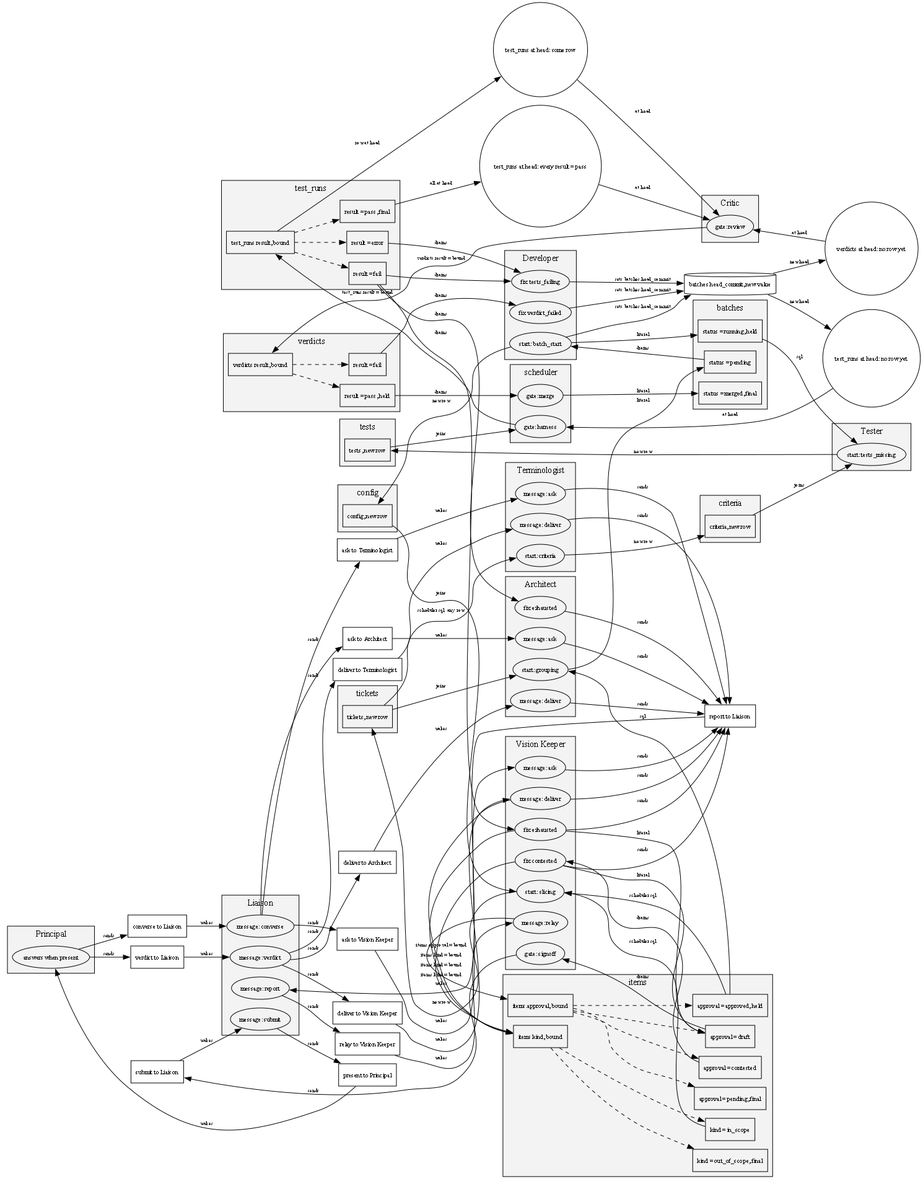
Balibaloo/rota-code keeps this Mermaid diagram as probes/flowchart/path.png. Above is the earlier version. Its source is kept beside it as probes/flowchart/path.mmd.
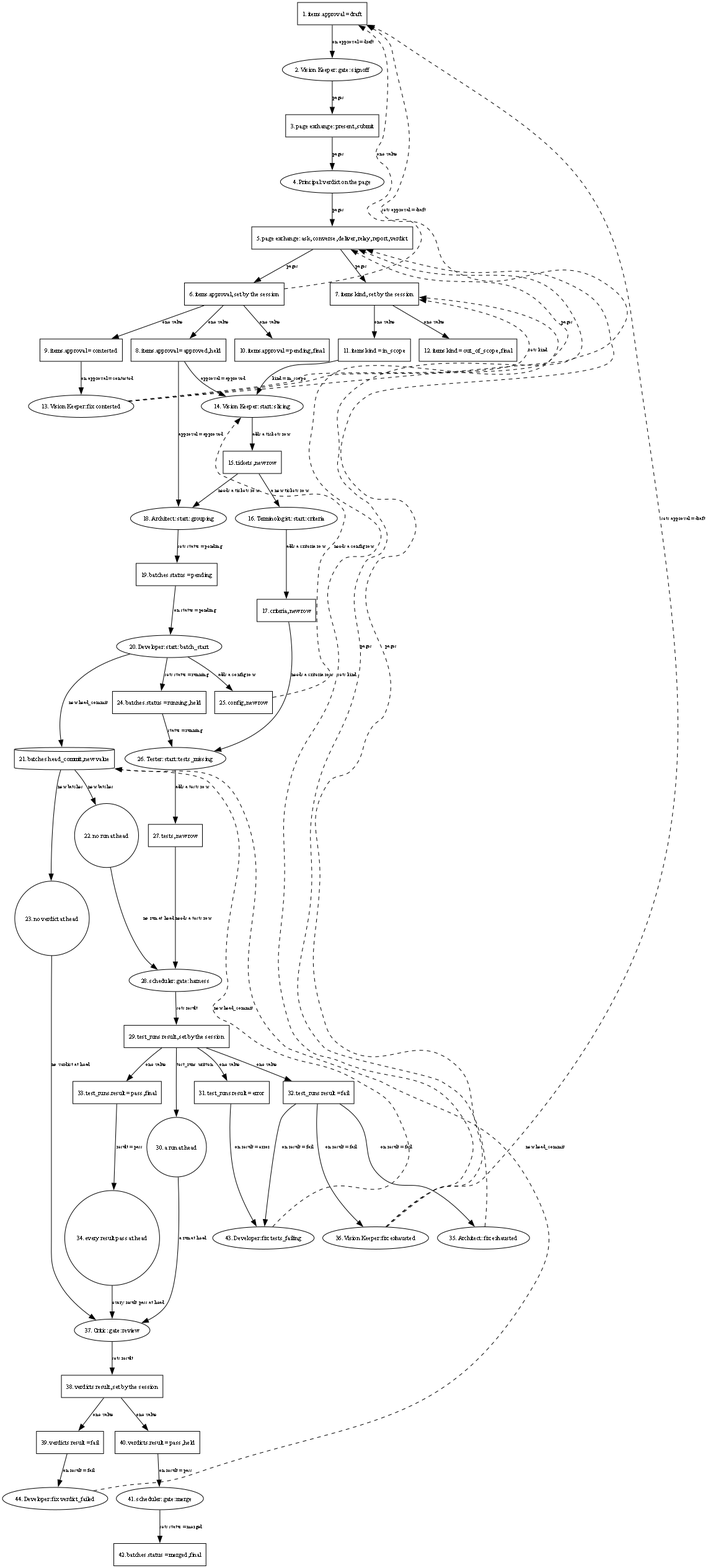
After the commit.

Commit message:
feat(probes): frame 314 probe 5, the path chart as 44 numbered steps top to bottom

Diff of the diagram source:
```diff
@@ -1,187 +1,106 @@
-flowchart LR
-  subgraph lane_architect["Architect"]
-    t_grouping_architect(["start: grouping"])
-    t_exhausted_architect(["fix: exhausted"])
-    m_architect_ask(["message: ask"])
-    m_architect_deliver(["message: deliver"])
-  end
-  subgraph lane_critic["Critic"]
-    t_review_critic(["gate: review"])
-  end
-  subgraph lane_developer["Developer"]
-    t_batch_start_developer(["start: batch_start"])
-    t_tests_failing_developer(["fix: tests_failing"])
-    t_verdict_failed_developer(["fix: verdict_failed"])
-  end
-  subgraph lane_liaison["Liaison"]
-    m_liaison_converse(["message: converse"])
-    m_liaison_report(["message: report"])
-    m_liaison_submit(["message: submit"])
-    m_liaison_verdict(["message: verdict"])
-  end
-  subgraph lane_principal["Principal"]
-    m_principal(["answers when present"])
-  end
-  subgraph lane_scheduler["scheduler"]
-    t_harness_scheduler(["gate: harness"])
-    t_merge_scheduler(["gate: merge"])
-  end
-  subgraph lane_terminologist["Terminologist"]
-    t_criteria_terminologist(["start: criteria"])
-    m_terminologist_ask(["message: ask"])
-    m_terminologist_deliver(["message: deliver"])
-  end
-  subgraph lane_tester["Tester"]
-    t_tests_missing_tester(["start: tests_missing"])
-  end
-  subgraph lane_vision_keeper["Vision Keeper"]
-    t_contested_vision_keeper(["fix: contested"])
-    t_signoff_vision_keeper(["gate: signoff"])
-    t_slicing_vision_keeper(["start: slicing"])
-    t_exhausted_vision_keeper(["fix: exhausted"])
-    m_vision_keeper_ask(["message: ask"])
-    m_vision_keeper_deliver(["message: deliver"])
-    m_vision_keeper_relay(["message: relay"])
-  end
-  msg_ask_architect[["ask to Architect"]]
-  msg_ask_terminologist[["ask to Terminologist"]]
-  msg_ask_vision_keeper[["ask to Vision Keeper"]]
-  msg_converse_liaison[["converse to Liaison"]]
-  msg_deliver_architect[["deliver to Architect"]]
-  msg_deliver_terminologist[["deliver to Terminologist"]]
-  msg_deliver_vision_keeper[["deliver to Vision Keeper"]]
-  msg_present_principal[["present to Principal"]]
-  msg_relay_vision_keeper[["relay to Vision Keeper"]]
-  msg_report_liaison[["report to Liaison"]]
-  msg_submit_liaison[["submit to Liaison"]]
-  msg_verdict_liaison[["verdict to Liaison"]]
-  subgraph tbl_batches["batches"]
-    s_batches_status_merged["status = merged, final"]
-    s_batches_status_pending["status = pending"]
-    s_batches_status_running["status = running, held"]
-  end
-  subgraph tbl_config["config"]
-    s_config____["config, new row"]
-  end
-  subgraph tbl_criteria["criteria"]
-    s_criteria____["criteria, new row"]
-  end
-  subgraph tbl_items["items"]
-    c_items_approval["items.approval, bound"]
-    c_items_kind["items.kind, bound"]
-    s_items_approval_approved["approval = approved, held"]
-    s_items_approval_contested["approval = contested"]
-    s_items_approval_draft["approval = draft"]
-    s_items_approval_pending["approval = pending, final"]
-    s_items_kind_in_scope["kind = in_scope"]
-    s_items_kind_out_of_scope["kind = out_of_scope, final"]
-  end
-  subgraph tbl_test_runs["test_runs"]
-    c_test_runs_result["test_runs.result, bound"]
-    s_test_runs_result_error["result = error"]
-    s_test_runs_result_fail["result = fail"]
-    s_test_runs_result_pass["result = pass, final"]
-  end
-  subgraph tbl_tests["tests"]
-    s_tests____["tests, new row"]
-  end
-  subgraph tbl_tickets["tickets"]
-    s_tickets____["tickets, new row"]
-  end
-  subgraph tbl_verdicts["verdicts"]
-    c_verdicts_result["verdicts.result, bound"]
-    s_verdicts_result_fail["result = fail"]
-    s_verdicts_result_pass["result = pass, held"]
-  end
-  c_items_approval -.-> s_items_approval_approved
-  c_items_approval -.-> s_items_approval_contested
-  c_items_approval -.-> s_items_approval_draft
-  c_items_approval -.-> s_items_approval_pending
-  c_items_kind -.-> s_items_kind_in_scope
-  c_items_kind -.-> s_items_kind_out_of_scope
-  c_test_runs_result -.-> s_test_runs_result_error
-  c_test_runs_result -.-> s_test_runs_result_fail
-  c_test_runs_result -.-> s_test_runs_result_pass
-  c_verdicts_result -.-> s_verdicts_result_fail
-  c_verdicts_result -.-> s_verdicts_result_pass
-  q_all_test_runs_result_pass(("test_runs at head: every result = pass"))
-  q_exists_test_runs__(("test_runs at head: some row"))
-  q_none_test_runs__(("test_runs at head: no row yet"))
-  q_none_verdicts__(("verdicts at head: no row yet"))
-  h_batches_head_commit[("batches.head_commit, new value")]
-  c_test_runs_result -->|"row at head"| q_exists_test_runs__
-  h_batches_head_commit -->|"new head"| q_none_test_runs__
-  h_batches_head_commit -->|"new head"| q_none_verdicts__
-  m_architect_ask -->|"sends"| msg_report_liaison
-  m_architect_deliver -->|"sends"| msg_report_liaison
-  m_liaison_converse -->|"sends"| msg_ask_architect
-  m_liaison_converse -->|"sends"| msg_ask_terminologist
-  m_liaison_converse -->|"sends"| msg_ask_vision_keeper
-  m_liaison_report -->|"sends"| msg_relay_vision_keeper
-  m_liaison_submit -->|"sends"| msg_present_principal
-  m_liaison_verdict -->|"sends"| msg_deliver_architect
-  m_liaison_verdict -->|"sends"| msg_deliver_terminologist
-  m_liaison_verdict -->|"sends"| msg_deliver_vision_keeper
-  m_principal -->|"sends"| msg_converse_liaison
-  m_principal -->|"sends"| msg_verdict_liaison
-  m_terminologist_ask -->|"sends"| msg_report_liaison
-  m_terminologist_deliver -->|"sends"| msg_report_liaison
-  m_vision_keeper_ask -->|"sends"| msg_report_liaison
-  m_vision_keeper_deliver ==>|"items.kind = bound"| c_items_kind
-  m_vision_keeper_deliver -->|"sends"| msg_report_liaison
-  m_vision_keeper_relay ==>|"items.approval = bound"| c_items_approval
-  msg_ask_architect -->|"wakes"| m_architect_ask
-  msg_ask_terminologist -->|"wakes"| m_terminologist_ask
-  msg_ask_vision_keeper -->|"wakes"| m_vision_keeper_ask
-  msg_converse_liaison -->|"wakes"| m_liaison_converse
-  msg_deliver_architect -->|"wakes"| m_architect_deliver
-  msg_deliver_terminologist -->|"wakes"| m_terminologist_deliver
-  msg_deliver_vision_keeper -->|"wakes"| m_vision_keeper_deliver
-  msg_present_principal -->|"wakes"| m_principal
-  msg_relay_vision_keeper -->|"wakes"| m_vision_keeper_relay
-  msg_report_liaison -->|"wakes"| m_liaison_report
-  msg_submit_liaison -->|"wakes"| m_liaison_submit
-  msg_verdict_liaison -->|"wakes"| m_liaison_verdict
-  q_all_test_runs_result_pass -->|"at head"| t_review_critic
-  q_exists_test_runs__ -->|"at head"| t_review_critic
-  q_none_test_runs__ -->|"at head"| t_harness_scheduler
-  q_none_verdicts__ -->|"at head"| t_review_critic
-  s_batches_status_pending -->|"drains"| t_batch_start_developer
-  s_batches_status_running -->|"sql"| t_tests_missing_tester
-  s_config____ -->|"joins"| t_slicing_vision_keeper
-  s_criteria____ -->|"joins"| t_tests_missing_tester
-  s_items_approval_approved -->|"sql"| t_grouping_architect
-  s_items_approval_approved -->|"scheduler sql"| t_slicing_vision_keeper
-  s_items_approval_contested -->|"drains"| t_contested_vision_keeper
-  s_items_approval_draft -->|"drains"| t_signoff_vision_keeper
-  s_items_kind_in_scope -->|"scheduler sql"| t_slicing_vision_keeper
-  s_test_runs_result_error -->|"drains"| t_tests_failing_developer
-  s_test_runs_result_fail -->|"drains"| t_exhausted_architect
-  s_test_runs_result_fail -->|"drains"| t_exhausted_vision_keeper
-  s_test_runs_result_fail -->|"drains"| t_tests_failing_developer
-  s_test_runs_result_pass -->|"all at head"| q_all_test_runs_result_pass
-  s_tests____ -->|"joins"| t_harness_scheduler
-  s_tickets____ -->|"scheduler sql, any row"| t_criteria_terminologist
-  s_tickets____ -->|"joins"| t_grouping_architect
-  s_verdicts_result_fail -->|"drains"| t_verdict_failed_developer
-  s_verdicts_result_pass -->|"drains"| t_merge_scheduler
-  t_batch_start_developer ==>|"sets batches.head_commit"| h_batches_head_commit
-  t_batch_start_developer ==>|"literal"| s_batches_status_running
-  t_batch_start_developer ==>|"new row"| s_config____
-  t_contested_vision_keeper ==>|"items.kind = bound"| c_items_kind
-  t_contested_vision_keeper -->|"sends"| msg_report_liaison
-  t_contested_vision_keeper ==>|"literal"| s_items_approval_draft
-  t_criteria_terminologist ==>|"new row"| s_criteria____
-  t_exhausted_architect -->|"sends"| msg_report_liaison
-  t_exhausted_vision_keeper ==>|"items.kind = bound"| c_items_kind
-  t_exhausted_vision_keeper -->|"sends"| msg_report_liaison
-  t_exhausted_vision_keeper ==>|"literal"| s_items_approval_draft
-  t_grouping_architect ==>|"literal"| s_batches_status_pending
-  t_harness_scheduler ==>|"test_runs.result = bound"| c_test_runs_result
-  t_merge_scheduler ==>|"literal"| s_batches_status_merged
-  t_review_critic ==>|"verdicts.result = bound"| c_verdicts_result
-  t_signoff_vision_keeper -->|"sends"| msg_submit_liaison
-  t_slicing_vision_keeper ==>|"new row"| s_tickets____
-  t_tests_failing_developer ==>|"sets batches.head_commit"| h_batches_head_commit
-  t_tests_missing_tester ==>|"new row"| s_tests____
-  t_verdict_failed_developer ==>|"sets batches.head_commit"| h_batches_head_commit
+flowchart TB
+  s_items_approval_draft["1. items.approval = draft"]
+  t_signoff_vision_keeper(["2. Vision Keeper: gate: signoff"])
+  x_m_liaison_submit[["3. page exchange: present, submit"]]
+  m_principal(["4. Principal: verdict on the page"])
+  x_m_architect_ask[["5. page exchange: ask, converse, deliver, relay, report, verdict"]]
+  c_items_approval["6. items.approval, set by the session"]
+  c_items_kind["7. items.kind, set by the session"]
+  s_items_approval_approved["8. items.approval = approved, held"]
+  s_items_approval_contested["9. items.approval = contested"]
+  s_items_approval_pending["10. items.approval = pending, final"]
+  s_items_kind_in_scope["11. items.kind = in_scope"]
+  s_items_kind_out_of_scope["12. items.kind = out_of_scope, final"]
+  t_contested_vision_keeper(["13. Vision Keeper: fix: contested"])
+  t_slicing_vision_keeper(["14. Vision Keeper: start: slicing"])
+  s_tickets____["15. tickets, new row"]
+  t_criteria_terminologist(["16. Terminologist: start: criteria"])
+  s_criteria____["17. criteria, new row"]
+  t_grouping_architect(["18. Architect: start: grouping"])
+  s_batches_status_pending["19. batches.status = pending"]
+  t_batch_start_developer(["20. Developer: start: batch_start"])
+  h_batches_head_commit[("21. batches.head_commit, new value")]
+  q_none_test_runs__(("22. no run at head"))
+  q_none_verdicts__(("23. no verdict at head"))
+  s_batches_status_running["24. batches.status = running, held"]
+  s_config____["25. config, new row"]
+  t_tests_missing_tester(["26. Tester: start: tests_missing"])
+  s_tests____["27. tests, new row"]
+  t_harness_scheduler(["28. scheduler: gate: harness"])
+  c_test_runs_result["29. test_runs.result, set by the session"]
+  q_exists_test_runs__(("30. a run at head"))
+  s_test_runs_result_error["31. test_runs.result = error"]
+  s_test_runs_result_fail["32. test_runs.result = fail"]
+  s_test_runs_result_pass["33. test_runs.result = pass, final"]
+  q_all_test_runs_result_pass(("34. every result pass at head"))
+  t_exhausted_architect(["35. Architect: fix: exhausted"])
+  t_exhausted_vision_keeper(["36. Vision Keeper: fix: exhausted"])
+  t_review_critic(["37. Critic: gate: review"])
+  c_verdicts_result["38. verdicts.result, set by the session"]
+  s_verdicts_result_fail["39. verdicts.result = fail"]
+  s_verdicts_result_pass["40. verdicts.result = pass, held"]
+  t_merge_scheduler(["41. scheduler: gate: merge"])
+  s_batches_status_merged["42. batches.status = merged, final"]
+  t_tests_failing_developer(["43. Developer: fix: tests_failing"])
+  t_verdict_failed_developer(["44. Developer: fix: verdict_failed"])
+  s_items_approval_draft -->|"on approval = draft"| t_signoff_vision_keeper
+  t_signoff_vision_keeper -->|"pages"| x_m_liaison_submit
+  x_m_liaison_submit -->|"pages"| m_principal
+  m_principal -->|"pages"| x_m_architect_ask
+  x_m_architect_ask -->|"pages"| c_items_approval
+  x_m_architect_ask -->|"pages"| c_items_kind
+  c_items_approval -.->|"one value"| s_items_approval_draft
+  c_items_approval -->|"one value"| s_items_approval_approved
+  c_items_approval -->|"one value"| s_items_approval_contested
+  c_items_approval -->|"one value"| s_items_approval_pending
+  c_items_kind -->|"one value"| s_items_kind_in_scope
+  c_items_kind -->|"one value"| s_items_kind_out_of_scope
+  s_items_approval_approved -->|"approval = approved"| t_slicing_vision_keeper
+  s_items_approval_approved -->|"approval = approved"| t_grouping_architect
+  s_items_approval_contested -->|"on approval = contested"| t_contested_vision_keeper
+  s_items_kind_in_scope -->|"kind = in_scope"| t_slicing_vision_keeper
+  t_contested_vision_keeper -.->|"sets approval = draft"| s_items_approval_draft
+  t_contested_vision_keeper -.->|"pages"| x_m_architect_ask
+  t_contested_vision_keeper -.->|"sets kind"| c_items_kind
+  t_slicing_vision_keeper ==>|"adds a tickets row"| s_tickets____
+  s_tickets____ -->|"a new tickets row"| t_criteria_terminologist
+  s_tickets____ -->|"needs a tickets row"| t_grouping_architect
+  t_criteria_terminologist ==>|"adds a criteria row"| s_criteria____
+  s_criteria____ -->|"needs a criteria row"| t_tests_missing_tester
+  t_grouping_architect ==>|"sets status = pending"| s_batches_status_pending
+  s_batches_status_pending -->|"on status = pending"| t_batch_start_developer
+  t_batch_start_developer ==>|"new head_commit"| h_batches_head_commit
+  t_batch_start_developer ==>|"sets status = running"| s_batches_status_running
+  t_batch_start_developer ==>|"adds a config row"| s_config____
+  h_batches_head_commit -->|"new batches"| q_none_test_runs__
+  h_batches_head_commit -->|"new batches"| q_none_verdicts__
+  q_none_test_runs__ -->|"no run at head"| t_harness_scheduler
+  q_none_verdicts__ -->|"no verdict at head"| t_review_critic
+  s_batches_status_running -->|"status = running"| t_tests_missing_tester
+  s_config____ -.->|"needs a config row"| t_slicing_vision_keeper
+  t_tests_missing_tester ==>|"adds a tests row"| s_tests____
+  s_tests____ -->|"needs a tests row"| t_harness_scheduler
+  t_harness_scheduler ==>|"sets result"| c_test_runs_result
+  c_test_runs_result -->|"test_runs written"| q_exists_test_runs__
+  c_test_runs_result -->|"one value"| s_test_runs_result_error
+  c_test_runs_result -->|"one value"| s_test_runs_result_fail
+  c_test_runs_result -->|"one value"| s_test_runs_result_pass
+  q_exists_test_runs__ -->|"a run at head"| t_review_critic
+  s_test_runs_result_error -->|"on result = error"| t_tests_failing_developer
+  s_test_runs_result_fail -->|"on result = fail"| t_exhausted_architect
+  s_test_runs_result_fail -->|"on result = fail"| t_exhausted_vision_keeper
+  s_test_runs_result_fail -->|"on result = fail"| t_tests_failing_developer
+  s_test_runs_result_pass -->|"result = pass"| q_all_test_runs_result_pass
+  q_all_test_runs_result_pass -->|"every result pass at head"| t_review_critic
+  t_exhausted_architect -.->|"pages"| x_m_architect_ask
+  t_exhausted_vision_keeper -.->|"sets approval = draft"| s_items_approval_draft
+  t_exhausted_vision_keeper -.->|"pages"| x_m_architect_ask
+  t_exhausted_vision_keeper -.->|"sets kind"| c_items_kind
+  t_review_critic ==>|"sets result"| c_verdicts_result
+  c_verdicts_result -->|"one value"| s_verdicts_result_fail
+  c_verdicts_result -->|"one value"| s_verdicts_result_pass
+  s_verdicts_result_fail -->|"on result = fail"| t_verdict_failed_developer
+  s_verdicts_result_pass -->|"on result = pass"| t_merge_scheduler
+  t_merge_scheduler ==>|"sets status = merged"| s_batches_status_merged
+  t_tests_failing_developer -.->|"new head_commit"| h_batches_head_commit
+  t_verdict_failed_developer -.->|"new head_commit"| h_batches_head_commit
```
